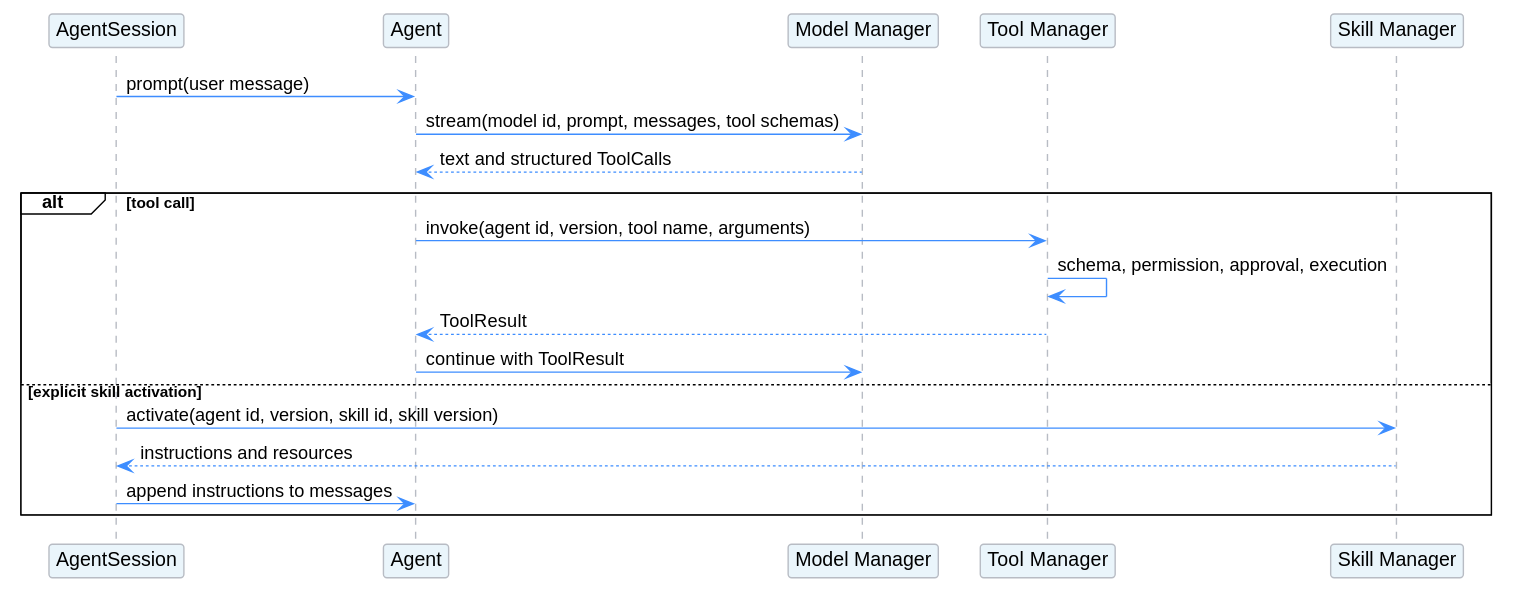
This is managed-agent-session/tob_manager_call_flow.svg from superheromeZzh/pi-mono-java-design, a PlantUML export, as it was before one commit. Its diagram source:
```plantuml
@startuml
!theme plain
skinparam backgroundColor white
skinparam defaultFontName Helvetica
skinparam shadowing false
skinparam ArrowColor #3D8DFF
skinparam sequenceParticipantBorderColor #B8BCC4
skinparam sequenceParticipantBackgroundColor #EAF5FB
skinparam sequenceLifeLineBorderColor #B8BCC4

participant AgentSession
participant Agent
participant "Model Manager" as ModelManager
participant "Tool Manager" as ToolManager
participant "Skill Manager" as SkillManager

AgentSession -> Agent: prompt(user message)
Agent -> ModelManager: stream(model id, prompt, messages, tool schemas)
ModelManager --> Agent: text and structured ToolCalls

alt tool call
  Agent -> ToolManager: invoke(agent id, version, tool name, arguments)
  ToolManager -> ToolManager: schema, permission, approval, execution
  ToolManager --> Agent: ToolResult
  Agent -> ModelManager: continue with ToolResult
else explicit skill activation
  AgentSession -> SkillManager: activate(agent id, version, skill id, skill version)
  SkillManager --> AgentSession: instructions and resources
  AgentSession -> Agent: append instructions to messages
end
@enduml
```
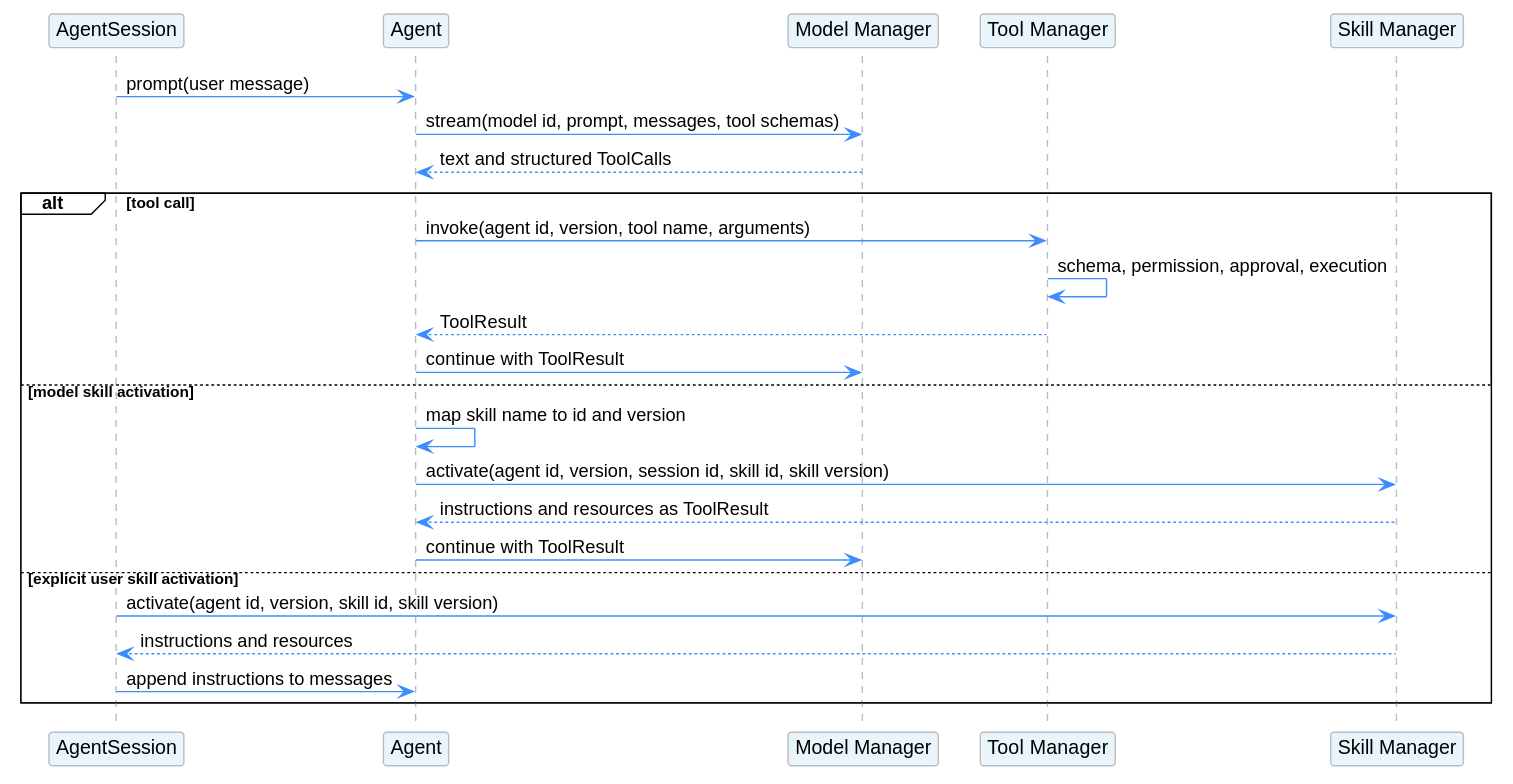
The same diagram one commit later.

Commit message:
docs(agent): compare tool and skill loading flows

The edit, as a diff of the source:
```diff
@@ -23,7 +23,12 @@
   ToolManager -> ToolManager: schema, permission, approval, execution
   ToolManager --> Agent: ToolResult
   Agent -> ModelManager: continue with ToolResult
-else explicit skill activation
+else model skill activation
+  Agent -> Agent: map skill name to id and version
+  Agent -> SkillManager: activate(agent id, version, session id, skill id, skill version)
+  SkillManager --> Agent: instructions and resources as ToolResult
+  Agent -> ModelManager: continue with ToolResult
+else explicit user skill activation
   AgentSession -> SkillManager: activate(agent id, version, skill id, skill version)
   SkillManager --> AgentSession: instructions and resources
   AgentSession -> Agent: append instructions to messages
```
